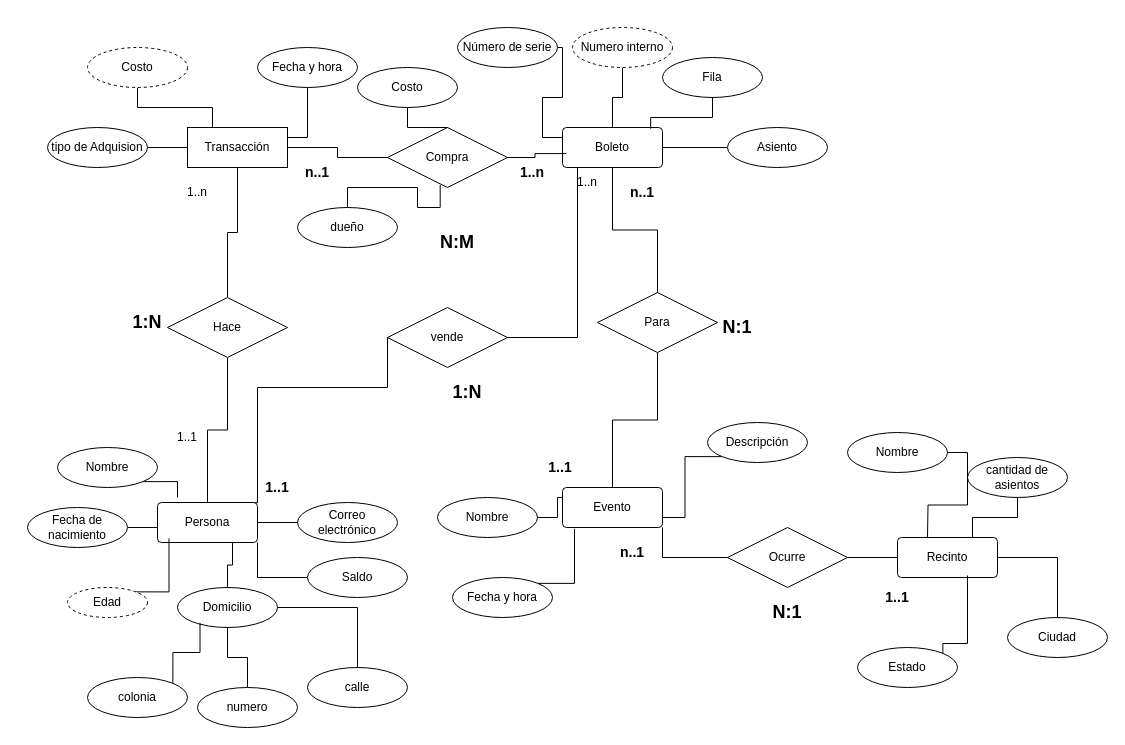
Earlier version of the draw.io diagram Segundo Avance/TicketwizrdModeloEntidadRelacion.drawio (SebasGlez03/TicketWizard). Source tidied: cells renumbered, new cells numbered last; positions are measured from the earlier drawing's top-left corner, leaving out a move shared by most shapes. Both pictures are drawn from the tidied source at 100%, with x=0, y=0 at pixel (27, 27).
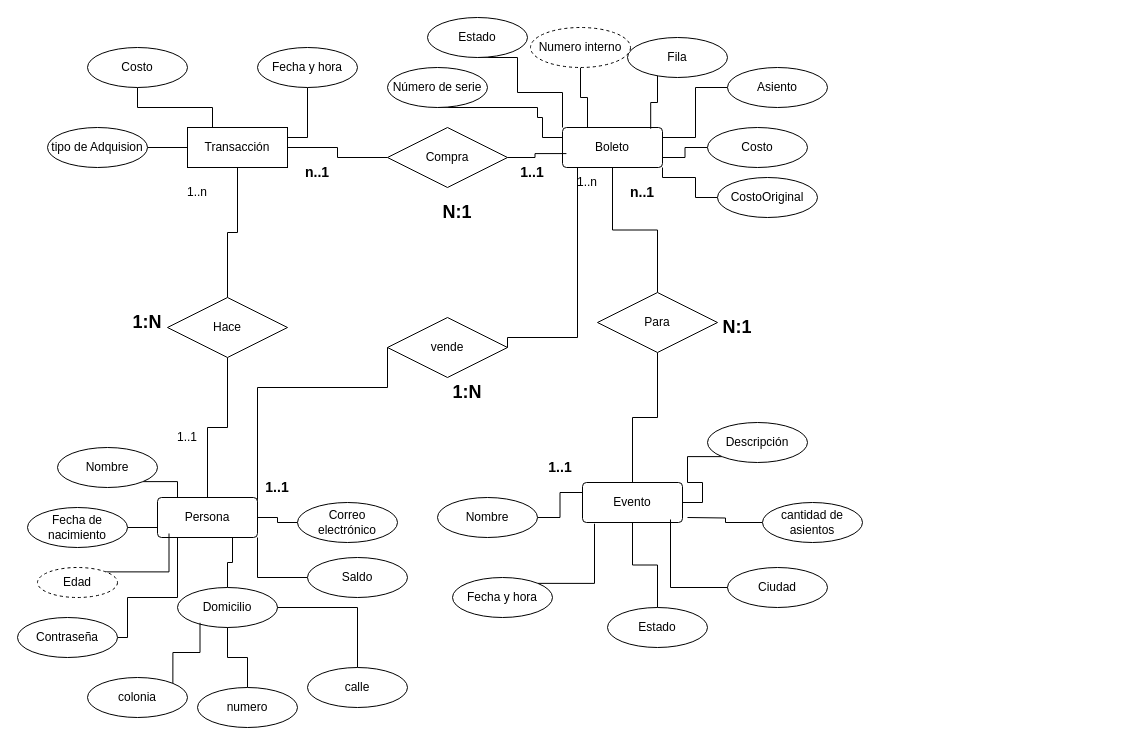
The same diagram, later.

Unchanged cells that the change refers to:
```xml
<mxCell id="3" value="Boleto" style="rounded=1;arcSize=10;whiteSpace=wrap;html=1;align=center;" parent="1" vertex="1">
  <mxGeometry x="535" y="100" width="100" height="40" as="geometry" />
</mxCell>
<mxCell id="19" value="Descripción" style="ellipse;whiteSpace=wrap;html=1;align=center;" parent="1" vertex="1">
  <mxGeometry x="680" y="395" width="100" height="40" as="geometry" />
</mxCell>
<mxCell id="46" value="Compra" style="shape=rhombus;perimeter=rhombusPerimeter;whiteSpace=wrap;html=1;align=center;" parent="1" vertex="1">
  <mxGeometry x="360" y="100" width="120" height="60" as="geometry" />
</mxCell>
```

Diff of the diagram source:
```diff
@@
-    <mxCell id="4" style="edgeStyle=orthogonalEdgeStyle;rounded=0;jettySize=auto;html=1;exitX=1;exitY=1;exitDx=0;exitDy=0;entryX=0;entryY=0.5;entryDx=0;entryDy=0;endArrow=none;startFill=0;" parent="1" edge="1" source="5" target="83">
-      <mxGeometry relative="1" as="geometry" />
-    </mxCell>
     <mxCell id="5" value="Evento" style="rounded=1;arcSize=10;whiteSpace=wrap;html=1;align=center;" parent="1" vertex="1">
-      <mxGeometry x="535" y="460" width="100" height="40" as="geometry" />
+      <mxGeometry x="555" y="455" width="100" height="40" as="geometry" />
     </mxCell>
@@
     <mxCell id="8" value="Persona" style="rounded=1;arcSize=10;whiteSpace=wrap;html=1;align=center;" parent="1" vertex="1">
-      <mxGeometry x="130" y="475" width="100" height="40" as="geometry" />
+      <mxGeometry x="130" y="470" width="100" height="40" as="geometry" />
     </mxCell>
@@
+    <mxCell id="87" style="edgeStyle=orthogonalEdgeStyle;rounded=0;jettySize=auto;html=1;endArrow=none;startFill=0;" parent="1" edge="1" source="17" target="5">
+      <mxGeometry relative="1" as="geometry" />
+    </mxCell>
     <mxCell id="17" value="Estado" style="ellipse;whiteSpace=wrap;html=1;align=center;" parent="1" vertex="1">
-      <mxGeometry x="830" y="620" width="100" height="40" as="geometry" />
+      <mxGeometry x="580" y="580" width="100" height="40" as="geometry" />
     </mxCell>
-    <mxCell id="18" style="edgeStyle=orthogonalEdgeStyle;rounded=0;jettySize=auto;html=1;exitX=0;exitY=1;exitDx=0;exitDy=0;entryX=1;entryY=0.75;entryDx=0;entryDy=0;endArrow=none;startFill=0;" parent="1" edge="1" source="19" target="5">
+    <mxCell id="18" style="edgeStyle=orthogonalEdgeStyle;rounded=0;jettySize=auto;html=1;exitX=0;exitY=1;exitDx=0;exitDy=0;entryX=1;entryY=0.5;entryDx=0;entryDy=0;endArrow=none;startFill=0;" parent="1" edge="1" source="19" target="5">
       <mxGeometry relative="1" as="geometry" />
     </mxCell>
@@
-    <mxCell id="20" style="edgeStyle=orthogonalEdgeStyle;rounded=0;jettySize=auto;html=1;exitX=0.5;exitY=0;exitDx=0;exitDy=0;entryX=1;entryY=0.5;entryDx=0;entryDy=0;endArrow=none;startFill=0;" parent="1" edge="1" source="21" target="76">
-      <mxGeometry relative="1" as="geometry" />
-    </mxCell>
     <mxCell id="21" value="Ciudad" style="ellipse;whiteSpace=wrap;html=1;align=center;" parent="1" vertex="1">
-      <mxGeometry x="980" y="590" width="100" height="40" as="geometry" />
+      <mxGeometry x="700" y="540" width="100" height="40" as="geometry" />
     </mxCell>
@@
     <mxCell id="24" style="edgeStyle=orthogonalEdgeStyle;rounded=0;jettySize=auto;html=1;entryX=1;entryY=0.5;entryDx=0;entryDy=0;endArrow=none;startFill=0;" parent="1" edge="1" source="25" target="3">
-      <mxGeometry relative="1" as="geometry" />
+      <mxGeometry relative="1" as="geometry">
+        <Array as="points">
+          <mxPoint x="668" y="60" />
+          <mxPoint x="668" y="110" />
+          <mxPoint x="635" y="110" />
+        </Array>
+      </mxGeometry>
     </mxCell>
     <mxCell id="25" value="Asiento" style="ellipse;whiteSpace=wrap;html=1;align=center;" parent="1" vertex="1">
-      <mxGeometry x="700" y="100" width="100" height="40" as="geometry" />
+      <mxGeometry x="700" y="40" width="100" height="40" as="geometry" />
     </mxCell>
     <mxCell id="26" value="Fila" style="ellipse;whiteSpace=wrap;html=1;align=center;" parent="1" vertex="1">
-      <mxGeometry x="635" y="30" width="100" height="40" as="geometry" />
+      <mxGeometry x="600" y="10" width="100" height="40" as="geometry" />
     </mxCell>
     <mxCell id="27" style="edgeStyle=orthogonalEdgeStyle;rounded=0;jettySize=auto;html=1;entryX=0;entryY=0.25;entryDx=0;entryDy=0;endArrow=none;startFill=0;" parent="1" edge="1" source="28" target="3">
       <mxGeometry relative="1" as="geometry">
         <Array as="points">
-          <mxPoint x="535" y="20" />
-          <mxPoint x="535" y="70" />
-          <mxPoint x="515" y="70" />
+          <mxPoint x="510" y="80" />
+          <mxPoint x="510" y="90" />
+          <mxPoint x="515" y="90" />
           <mxPoint x="515" y="110" />
         </Array>
       </mxGeometry>
     </mxCell>
     <mxCell id="28" value="Número de serie" style="ellipse;whiteSpace=wrap;html=1;align=center;" parent="1" vertex="1">
-      <mxGeometry x="430" width="100" height="40" as="geometry" />
+      <mxGeometry x="360" y="40" width="100" height="40" as="geometry" />
     </mxCell>
@@
     <mxCell id="31" style="edgeStyle=orthogonalEdgeStyle;rounded=0;jettySize=auto;html=1;endArrow=none;startFill=0;" parent="1" edge="1" source="32" target="3">
-      <mxGeometry relative="1" as="geometry" />
+      <mxGeometry relative="1" as="geometry">
+        <Array as="points">
+          <mxPoint x="553" y="70" />
+          <mxPoint x="560" y="70" />
+        </Array>
+      </mxGeometry>
     </mxCell>
     <mxCell id="32" value="Numero interno" style="ellipse;whiteSpace=wrap;html=1;align=center;dashed=1;" parent="1" vertex="1">
-      <mxGeometry x="545" width="100" height="40" as="geometry" />
+      <mxGeometry x="503" width="100" height="40" as="geometry" />
     </mxCell>
@@
     <mxCell id="37" value="Edad" style="ellipse;whiteSpace=wrap;html=1;align=center;dashed=1;" parent="1" vertex="1">
-      <mxGeometry x="40" y="560" width="80" height="30" as="geometry" />
+      <mxGeometry x="10" y="540" width="80" height="30" as="geometry" />
     </mxCell>
@@
-    <mxCell id="39" value="Costo" style="ellipse;whiteSpace=wrap;html=1;align=center;dashed=1;" parent="1" vertex="1">
+    <mxCell id="39" value="Costo" style="ellipse;whiteSpace=wrap;html=1;align=center;" parent="1" vertex="1">
       <mxGeometry x="60" y="20" width="100" height="40" as="geometry" />
     </mxCell>
@@
     <mxCell id="47" style="edgeStyle=orthogonalEdgeStyle;rounded=0;jettySize=auto;html=1;entryX=0.882;entryY=0.031;entryDx=0;entryDy=0;entryPerimeter=0;endArrow=none;startFill=0;" parent="1" edge="1" source="26" target="3">
-      <mxGeometry relative="1" as="geometry" />
+      <mxGeometry relative="1" as="geometry">
+        <Array as="points">
+          <mxPoint x="630" y="75" />
+          <mxPoint x="623" y="75" />
+        </Array>
+      </mxGeometry>
     </mxCell>
@@
-    <mxCell id="53" value="&lt;b&gt;&lt;font style=&quot;font-size: 18px;&quot;&gt;N:M&lt;/font&gt;&lt;/b&gt;" style="text;html=1;align=center;verticalAlign=middle;whiteSpace=wrap;rounded=0;" parent="1" vertex="1">
-      <mxGeometry x="400" y="200" width="60" height="30" as="geometry" />
+    <mxCell id="53" value="&lt;b&gt;&lt;font style=&quot;font-size: 18px;&quot;&gt;N:1&lt;/font&gt;&lt;/b&gt;" style="text;html=1;align=center;verticalAlign=middle;whiteSpace=wrap;rounded=0;" parent="1" vertex="1">
+      <mxGeometry x="400" y="170" width="60" height="30" as="geometry" />
     </mxCell>
@@
     <mxCell id="58" value="vende" style="shape=rhombus;perimeter=rhombusPerimeter;whiteSpace=wrap;html=1;align=center;" parent="1" vertex="1">
-      <mxGeometry x="360" y="280" width="120" height="60" as="geometry" />
+      <mxGeometry x="360" y="290" width="120" height="60" as="geometry" />
     </mxCell>
-    <mxCell id="59" value="&lt;b&gt;&lt;font style=&quot;font-size: 14px;&quot;&gt;1..n&lt;/font&gt;&lt;/b&gt;" style="text;html=1;align=center;verticalAlign=middle;whiteSpace=wrap;rounded=0;" parent="1" vertex="1">
+    <mxCell id="59" value="&lt;b&gt;&lt;font style=&quot;font-size: 14px;&quot;&gt;1..1&lt;/font&gt;&lt;/b&gt;" style="text;html=1;align=center;verticalAlign=middle;whiteSpace=wrap;rounded=0;" parent="1" vertex="1">
       <mxGeometry x="475" y="130" width="60" height="30" as="geometry" />
     </mxCell>
@@
-    <mxCell id="72" style="edgeStyle=orthogonalEdgeStyle;rounded=0;jettySize=auto;html=1;entryX=0.5;entryY=0;entryDx=0;entryDy=0;endArrow=none;startFill=0;" parent="1" edge="1" source="73" target="46">
-      <mxGeometry relative="1" as="geometry" />
-    </mxCell>
+    <mxCell id="88" style="edgeStyle=orthogonalEdgeStyle;rounded=0;jettySize=auto;html=1;endArrow=none;startFill=0;" parent="1" edge="1" source="79">
+      <mxGeometry relative="1" as="geometry">
+        <mxPoint x="660" y="490" as="targetPoint" />
+      </mxGeometry>
+    </mxCell>
+    <mxCell id="79" value="cantidad de asientos" style="ellipse;whiteSpace=wrap;html=1;align=center;" parent="1" vertex="1">
+      <mxGeometry x="735" y="475" width="100" height="40" as="geometry" />
+    </mxCell>
+    <mxCell id="82" style="edgeStyle=orthogonalEdgeStyle;rounded=0;orthogonalLoop=1;jettySize=auto;html=1;exitX=1;exitY=0.5;exitDx=0;exitDy=0;entryX=0;entryY=0.5;entryDx=0;entryDy=0;endArrow=none;startFill=0;" parent="1" edge="1">
+      <mxGeometry relative="1" as="geometry">
+        <mxPoint x="870" y="530" as="targetPoint" />
+      </mxGeometry>
+    </mxCell>
+    <mxCell id="89" style="edgeStyle=orthogonalEdgeStyle;rounded=0;jettySize=auto;html=1;entryX=0.88;entryY=0.925;entryDx=0;entryDy=0;entryPerimeter=0;endArrow=none;startFill=0;" parent="1" edge="1" source="21" target="5">
+      <mxGeometry relative="1" as="geometry" />
+    </mxCell>
+    <mxCell id="90" style="edgeStyle=orthogonalEdgeStyle;rounded=0;jettySize=auto;html=1;entryX=1;entryY=0.75;entryDx=0;entryDy=0;endArrow=none;startFill=0;" parent="1" edge="1" source="73" target="3">
+      <mxGeometry relative="1" as="geometry" />
+    </mxCell>
     <mxCell id="73" value="Costo" style="ellipse;whiteSpace=wrap;html=1;align=center;" parent="1" vertex="1">
-      <mxGeometry x="330" y="40" width="100" height="40" as="geometry" />
+      <mxGeometry x="680" y="100" width="100" height="40" as="geometry" />
     </mxCell>
-    <mxCell id="74" value="dueño" style="ellipse;whiteSpace=wrap;html=1;align=center;" parent="1" vertex="1">
-      <mxGeometry x="270" y="180" width="100" height="40" as="geometry" />
-    </mxCell>
-    <mxCell id="75" style="edgeStyle=orthogonalEdgeStyle;rounded=0;jettySize=auto;html=1;entryX=0.439;entryY=0.958;entryDx=0;entryDy=0;entryPerimeter=0;endArrow=none;startFill=0;" parent="1" edge="1" source="74" target="46">
-      <mxGeometry relative="1" as="geometry" />
-    </mxCell>
-    <mxCell id="76" value="Recinto" style="rounded=1;arcSize=10;whiteSpace=wrap;html=1;align=center;" parent="1" vertex="1">
-      <mxGeometry x="870" y="510" width="100" height="40" as="geometry" />
-    </mxCell>
-    <mxCell id="77" style="edgeStyle=orthogonalEdgeStyle;rounded=0;jettySize=auto;html=1;exitX=1;exitY=0;exitDx=0;exitDy=0;endArrow=none;startFill=0;" parent="1" edge="1" source="17">
-      <mxGeometry relative="1" as="geometry">
-        <mxPoint x="940" y="548" as="targetPoint" />
-        <Array as="points">
-          <mxPoint x="915" y="616" />
-          <mxPoint x="940" y="616" />
-        </Array>
-      </mxGeometry>
-    </mxCell>
-    <mxCell id="78" value="Nombre" style="ellipse;whiteSpace=wrap;html=1;align=center;" parent="1" vertex="1">
-      <mxGeometry x="820" y="405" width="100" height="40" as="geometry" />
-    </mxCell>
-    <mxCell id="79" value="cantidad de asientos" style="ellipse;whiteSpace=wrap;html=1;align=center;" parent="1" vertex="1">
-      <mxGeometry x="940" y="430" width="100" height="40" as="geometry" />
-    </mxCell>
-    <mxCell id="80" style="edgeStyle=orthogonalEdgeStyle;rounded=0;jettySize=auto;html=1;exitX=0.5;exitY=1;exitDx=0;exitDy=0;endArrow=none;startFill=0;entryX=0.75;entryY=0;entryDx=0;entryDy=0;" parent="1" edge="1" source="79" target="76">
-      <mxGeometry relative="1" as="geometry" />
-    </mxCell>
-    <mxCell id="81" style="edgeStyle=orthogonalEdgeStyle;rounded=0;jettySize=auto;html=1;exitX=1;exitY=0.5;exitDx=0;exitDy=0;endArrow=none;startFill=0;" parent="1" edge="1" source="78">
-      <mxGeometry relative="1" as="geometry">
-        <mxPoint x="900" y="510" as="targetPoint" />
-      </mxGeometry>
-    </mxCell>
-    <mxCell id="82" style="edgeStyle=orthogonalEdgeStyle;rounded=0;jettySize=auto;html=1;exitX=1;exitY=0.5;exitDx=0;exitDy=0;entryX=0;entryY=0.5;entryDx=0;entryDy=0;endArrow=none;startFill=0;" parent="1" edge="1" source="83" target="76">
-      <mxGeometry relative="1" as="geometry" />
-    </mxCell>
-    <mxCell id="83" value="Ocurre" style="shape=rhombus;perimeter=rhombusPerimeter;whiteSpace=wrap;html=1;align=center;" parent="1" vertex="1">
-      <mxGeometry x="700" y="500" width="120" height="60" as="geometry" />
-    </mxCell>
-    <mxCell id="84" value="&lt;b&gt;&lt;font style=&quot;font-size: 14px;&quot;&gt;n..1&lt;/font&gt;&lt;/b&gt;" style="text;html=1;align=center;verticalAlign=middle;whiteSpace=wrap;rounded=0;" parent="1" vertex="1">
-      <mxGeometry x="575" y="510" width="60" height="30" as="geometry" />
-    </mxCell>
-    <mxCell id="85" value="&lt;b&gt;&lt;font style=&quot;font-size: 14px;&quot;&gt;1..1&lt;/font&gt;&lt;/b&gt;" style="text;html=1;align=center;verticalAlign=middle;whiteSpace=wrap;rounded=0;" parent="1" vertex="1">
-      <mxGeometry x="840" y="555" width="60" height="30" as="geometry" />
-    </mxCell>
-    <mxCell id="86" value="&lt;b&gt;&lt;font style=&quot;font-size: 18px;&quot;&gt;N:1&lt;/font&gt;&lt;/b&gt;" style="text;html=1;align=center;verticalAlign=middle;whiteSpace=wrap;rounded=0;" parent="1" vertex="1">
-      <mxGeometry x="730" y="570" width="60" height="30" as="geometry" />
-    </mxCell>
+    <mxCell id="91" style="edgeStyle=orthogonalEdgeStyle;rounded=0;jettySize=auto;html=1;entryX=1;entryY=1;entryDx=0;entryDy=0;endArrow=none;startFill=0;" parent="1" edge="1" source="92" target="3">
+      <mxGeometry relative="1" as="geometry">
+        <Array as="points">
+          <mxPoint x="668" y="170" />
+          <mxPoint x="668" y="150" />
+          <mxPoint x="635" y="150" />
+        </Array>
+      </mxGeometry>
+    </mxCell>
+    <mxCell id="92" value="CostoOriginal" style="ellipse;whiteSpace=wrap;html=1;align=center;" parent="1" vertex="1">
+      <mxGeometry x="690" y="150" width="100" height="40" as="geometry" />
+    </mxCell>
+    <mxCell id="93" style="edgeStyle=orthogonalEdgeStyle;rounded=0;jettySize=auto;html=1;exitX=0.5;exitY=1;exitDx=0;exitDy=0;entryX=0;entryY=0;entryDx=0;entryDy=0;endArrow=none;startFill=0;" parent="1" edge="1" source="94" target="3">
+      <mxGeometry relative="1" as="geometry">
+        <Array as="points">
+          <mxPoint x="490" y="30" />
+          <mxPoint x="490" y="65" />
+          <mxPoint x="535" y="65" />
+        </Array>
+      </mxGeometry>
+    </mxCell>
+    <mxCell id="94" value="Estado" style="ellipse;whiteSpace=wrap;html=1;align=center;" parent="1" vertex="1">
+      <mxGeometry x="400" y="-10" width="100" height="40" as="geometry" />
+    </mxCell>
+    <mxCell id="95" style="edgeStyle=orthogonalEdgeStyle;rounded=0;jettySize=auto;html=1;endArrow=none;startFill=0;" parent="1" edge="1" source="96" target="8">
+      <mxGeometry relative="1" as="geometry">
+        <Array as="points">
+          <mxPoint x="100" y="610" />
+          <mxPoint x="100" y="570" />
+          <mxPoint x="150" y="570" />
+        </Array>
+      </mxGeometry>
+    </mxCell>
+    <mxCell id="96" value="Contraseña" style="ellipse;whiteSpace=wrap;html=1;align=center;" parent="1" vertex="1">
+      <mxGeometry x="-10" y="590" width="100" height="40" as="geometry" />
+    </mxCell>
```
